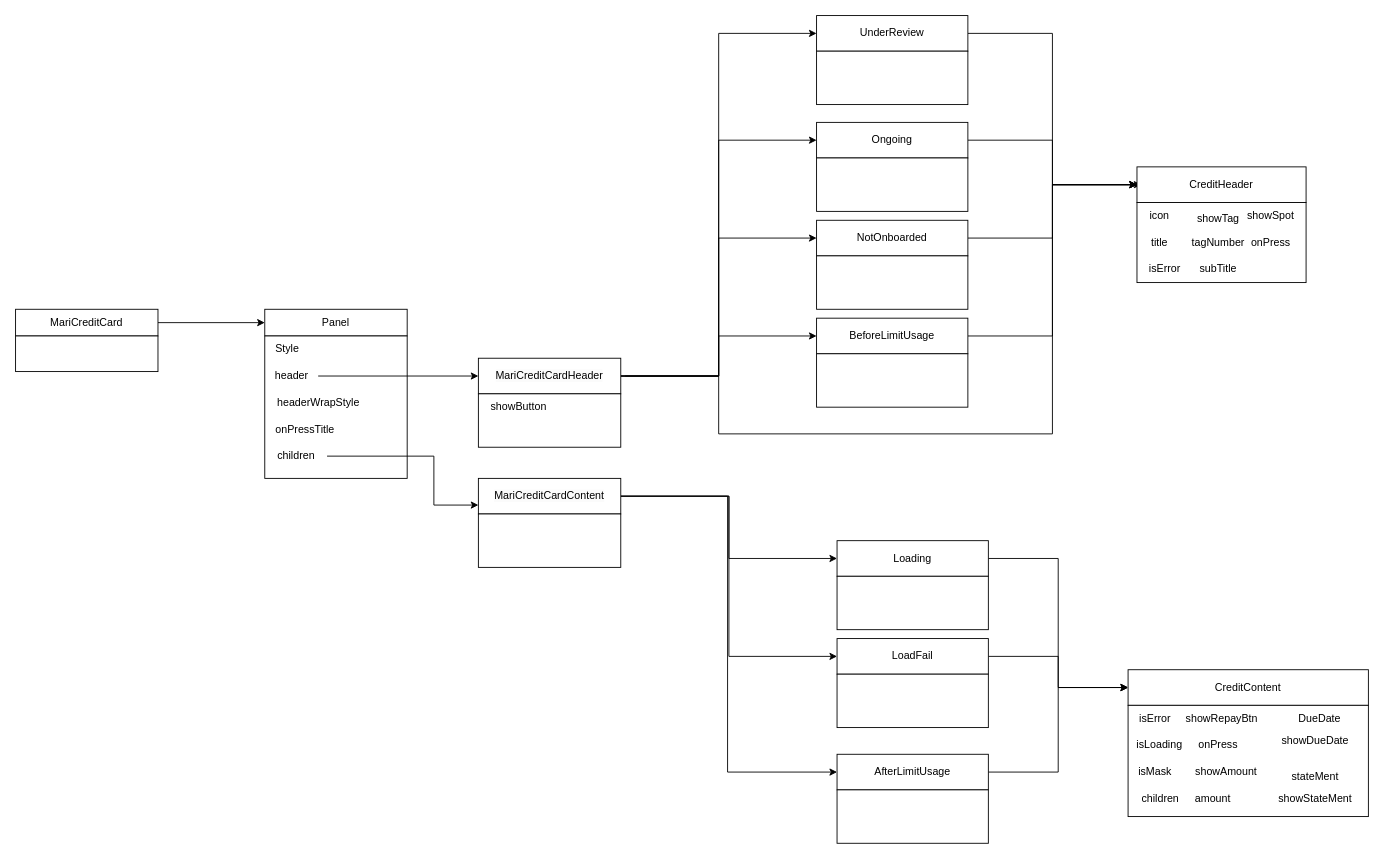
Earlier version of the draw.io diagram page "home page" (3 of 3) of retail-home-credit-use-case.drawio (RexYao97/sfrex). Source tidied: cells renumbered, new cells numbered last; positions are measured from the earlier drawing's top-left corner, leaving out a move shared by most shapes. Both pictures are drawn from the tidied source at 89%, with x=0, y=0 at pixel (15, 15).
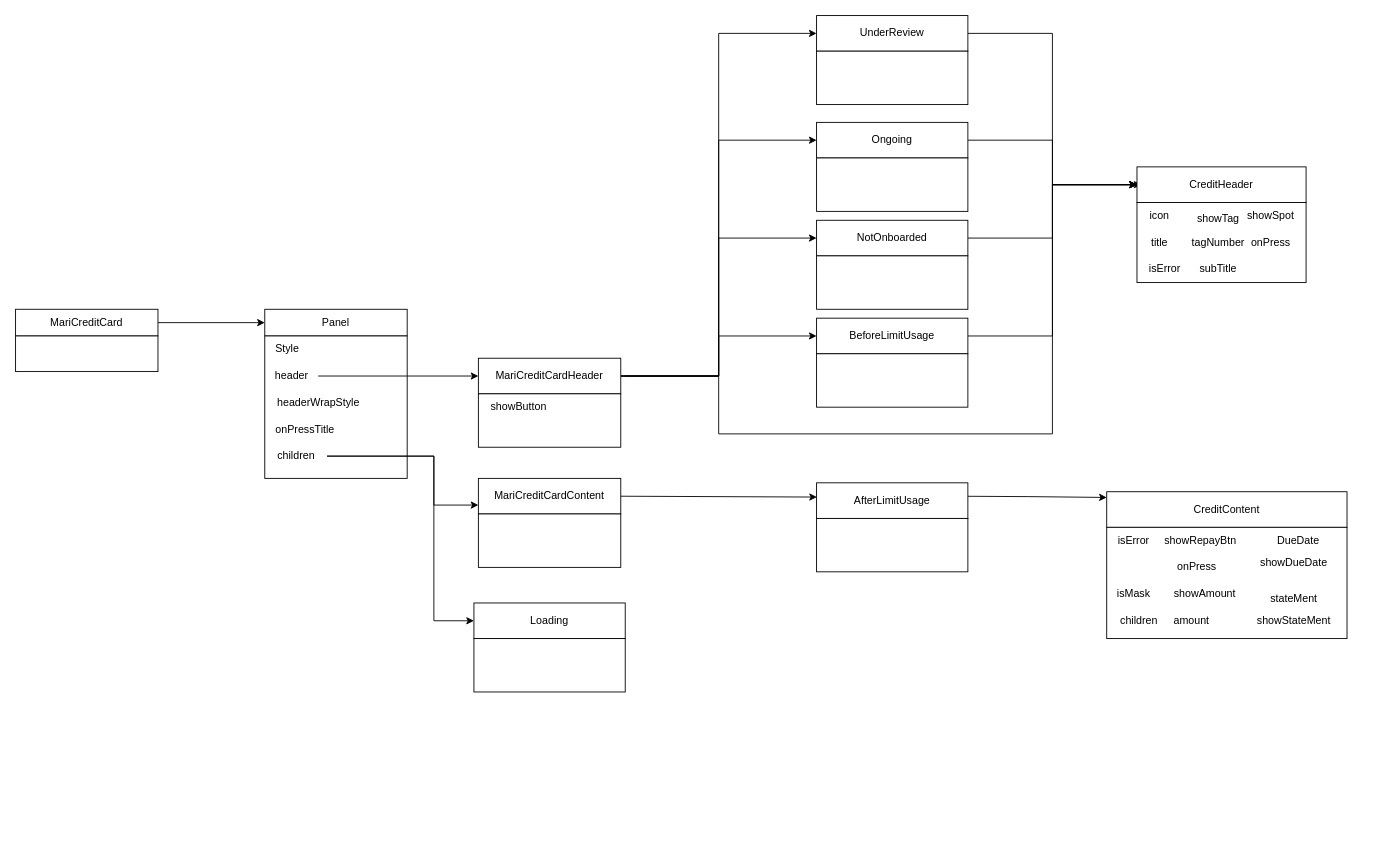
The same page after the edit.

Unchanged cells that the change refers to:
```xml
<mxCell id="13" value="children" style="text;html=1;align=center;verticalAlign=middle;points=[];strokeColor=none;fillColor=none;" parent="6" vertex="1">
  <mxGeometry y="150" width="70" height="30" as="geometry" />
</mxCell>
<mxCell id="26" value="&lt;span style=&quot;color: rgb(0, 0, 0); font-family: Helvetica; font-size: 12px; font-style: normal; font-variant-ligatures: normal; font-variant-caps: normal; font-weight: 400; letter-spacing: normal; orphans: 2; text-align: center; text-indent: 0px; text-transform: none; widows: 2; word-spacing: 0px; -webkit-text-stroke-width: 0px; background-color: rgb(251, 251, 251); text-decoration-thickness: initial; text-decoration-style: initial; text-decoration-color: initial; float: none; display: inline !important;&quot;&gt;MariCreditCardContent&lt;/span&gt;" style="rounded=0;whiteSpace=wrap;html=1;" parent="1" vertex="1">
  <mxGeometry x="520" y="520" width="160" height="40" as="geometry" />
</mxCell>
```

What changed in the source:
```diff
@@
-    <mxCell id="23" style="edgeStyle=orthogonalEdgeStyle;rounded=0;jettySize=auto;html=1;entryX=0;entryY=0.5;entryDx=0;entryDy=0;" parent="1" edge="1" source="26" target="45">
+    <mxCell id="23" style="edgeStyle=orthogonalEdgeStyle;rounded=0;jettySize=auto;html=1;entryX=0.002;entryY=0.4;entryDx=0;entryDy=0;entryPerimeter=0;" parent="1" edge="1" target="45">
       <mxGeometry relative="1" as="geometry">
+        <mxPoint x="670" y="535" as="sourcePoint" />
         <Array as="points">
-          <mxPoint x="800" y="540" />
-          <mxPoint x="800" y="850" />
+          <mxPoint x="670" y="540" />
+          <mxPoint x="900" y="540" />
         </Array>
       </mxGeometry>
     </mxCell>
-    <mxCell id="24" style="edgeStyle=orthogonalEdgeStyle;rounded=0;jettySize=auto;html=1;entryX=0;entryY=0.5;entryDx=0;entryDy=0;" parent="1" edge="1" source="26" target="33">
-      <mxGeometry relative="1" as="geometry" />
+    <mxCell id="24" style="edgeStyle=orthogonalEdgeStyle;rounded=0;jettySize=auto;html=1;entryX=0;entryY=0.5;entryDx=0;entryDy=0;" parent="1" edge="1" source="13" target="33">
+      <mxGeometry relative="1" as="geometry">
+        <Array as="points">
+          <mxPoint x="470" y="495" />
+          <mxPoint x="470" y="680" />
+        </Array>
+      </mxGeometry>
     </mxCell>
-    <mxCell id="25" style="edgeStyle=orthogonalEdgeStyle;rounded=0;jettySize=auto;html=1;entryX=0;entryY=0.5;entryDx=0;entryDy=0;" parent="1" edge="1" source="26" target="36">
-      <mxGeometry relative="1" as="geometry" />
-    </mxCell>
@@
-    <mxCell id="32" style="edgeStyle=orthogonalEdgeStyle;rounded=0;jettySize=auto;html=1;entryX=0;entryY=0.5;entryDx=0;entryDy=0;" parent="1" edge="1" source="33" target="58">
-      <mxGeometry relative="1" as="geometry" />
-    </mxCell>
     <mxCell id="33" value="Loading" style="rounded=0;whiteSpace=wrap;html=1;" parent="1" vertex="1">
-      <mxGeometry x="923" y="590" width="170" height="40" as="geometry" />
+      <mxGeometry x="515" y="660" width="170" height="40" as="geometry" />
     </mxCell>
     <mxCell id="34" style="rounded=0;whiteSpace=wrap;html=1;" parent="1" vertex="1">
-      <mxGeometry x="923" y="630" width="170" height="60" as="geometry" />
+      <mxGeometry x="515" y="700" width="170" height="60" as="geometry" />
     </mxCell>
-    <mxCell id="35" style="edgeStyle=orthogonalEdgeStyle;rounded=0;jettySize=auto;html=1;entryX=0;entryY=0.5;entryDx=0;entryDy=0;" parent="1" edge="1" source="36" target="58">
-      <mxGeometry relative="1" as="geometry" />
-    </mxCell>
-    <mxCell id="36" value="LoadFail" style="rounded=0;whiteSpace=wrap;html=1;" parent="1" vertex="1">
-      <mxGeometry x="923" y="700" width="170" height="40" as="geometry" />
-    </mxCell>
-    <mxCell id="37" style="rounded=0;whiteSpace=wrap;html=1;" parent="1" vertex="1">
-      <mxGeometry x="923" y="740" width="170" height="60" as="geometry" />
-    </mxCell>
@@
-    <mxCell id="44" style="edgeStyle=orthogonalEdgeStyle;rounded=0;jettySize=auto;html=1;entryX=0;entryY=0.5;entryDx=0;entryDy=0;" parent="1" edge="1" source="45" target="58">
-      <mxGeometry relative="1" as="geometry" />
+    <mxCell id="44" style="edgeStyle=orthogonalEdgeStyle;rounded=0;jettySize=auto;html=1;entryX=0;entryY=0.161;entryDx=0;entryDy=0;entryPerimeter=0;" parent="1" edge="1" target="58">
+      <mxGeometry relative="1" as="geometry">
+        <mxPoint x="1050" y="540" as="sourcePoint" />
+      </mxGeometry>
     </mxCell>
     <mxCell id="45" value="AfterLimitUsage" style="rounded=0;whiteSpace=wrap;html=1;" parent="1" vertex="1">
-      <mxGeometry x="923" y="830" width="170" height="40" as="geometry" />
+      <mxGeometry x="900" y="525" width="170" height="40" as="geometry" />
     </mxCell>
     <mxCell id="46" style="rounded=0;whiteSpace=wrap;html=1;" parent="1" vertex="1">
-      <mxGeometry x="923" y="870" width="170" height="60" as="geometry" />
+      <mxGeometry x="900" y="565" width="170" height="60" as="geometry" />
     </mxCell>
@@
     <mxCell id="58" value="CreditContent" style="rounded=0;whiteSpace=wrap;html=1;" parent="1" vertex="1">
-      <mxGeometry x="1250" y="735" width="270" height="40" as="geometry" />
+      <mxGeometry x="1226" y="535" width="270" height="40" as="geometry" />
     </mxCell>
     <mxCell id="59" style="rounded=0;whiteSpace=wrap;html=1;" parent="1" vertex="1">
-      <mxGeometry x="1250" y="775" width="270" height="125" as="geometry" />
+      <mxGeometry x="1226" y="575" width="270" height="125" as="geometry" />
     </mxCell>
     <mxCell id="60" value="isError" style="text;html=1;align=center;verticalAlign=middle;strokeColor=none;fillColor=none;" parent="1" vertex="1">
-      <mxGeometry x="1250" y="775" width="60" height="30" as="geometry" />
+      <mxGeometry x="1226" y="575" width="60" height="30" as="geometry" />
     </mxCell>
@@
-    <mxCell id="63" value="isLoading" style="text;html=1;align=center;verticalAlign=middle;strokeColor=none;fillColor=none;" parent="1" vertex="1">
-      <mxGeometry x="1250" y="805" width="70" height="30" as="geometry" />
-    </mxCell>
     <mxCell id="64" value="showRepayBtn" style="text;html=1;align=center;verticalAlign=middle;strokeColor=none;fillColor=none;" parent="1" vertex="1">
-      <mxGeometry x="1305" y="775" width="100" height="30" as="geometry" />
+      <mxGeometry x="1281" y="575" width="100" height="30" as="geometry" />
     </mxCell>
     <mxCell id="65" value="onPress" style="text;html=1;align=center;verticalAlign=middle;strokeColor=none;fillColor=none;" parent="1" vertex="1">
-      <mxGeometry x="1316" y="805" width="70" height="30" as="geometry" />
+      <mxGeometry x="1292" y="605" width="70" height="30" as="geometry" />
     </mxCell>
     <mxCell id="66" value="isMask" style="text;html=1;align=center;verticalAlign=middle;strokeColor=none;fillColor=none;" parent="1" vertex="1">
-      <mxGeometry x="1250" y="835" width="60" height="30" as="geometry" />
+      <mxGeometry x="1226" y="635" width="60" height="30" as="geometry" />
     </mxCell>
     <mxCell id="67" value="showAmount" style="text;html=1;align=center;verticalAlign=middle;strokeColor=none;fillColor=none;" parent="1" vertex="1">
-      <mxGeometry x="1315" y="835" width="90" height="30" as="geometry" />
+      <mxGeometry x="1291" y="635" width="90" height="30" as="geometry" />
     </mxCell>
     <mxCell id="68" value="amount" style="text;html=1;align=center;verticalAlign=middle;strokeColor=none;fillColor=none;" parent="1" vertex="1">
-      <mxGeometry x="1315" y="865" width="60" height="30" as="geometry" />
+      <mxGeometry x="1291" y="665" width="60" height="30" as="geometry" />
     </mxCell>
     <mxCell id="69" value="DueDate" style="text;html=1;align=center;verticalAlign=middle;strokeColor=none;fillColor=none;" parent="1" vertex="1">
-      <mxGeometry x="1430" y="775" width="70" height="30" as="geometry" />
+      <mxGeometry x="1406" y="575" width="70" height="30" as="geometry" />
     </mxCell>
     <mxCell id="70" value="showDueDate" style="text;html=1;align=center;verticalAlign=middle;strokeColor=none;fillColor=none;" parent="1" vertex="1">
-      <mxGeometry x="1410" y="800" width="100" height="30" as="geometry" />
+      <mxGeometry x="1386" y="600" width="100" height="30" as="geometry" />
     </mxCell>
     <mxCell id="71" value="showStateMent" style="text;html=1;align=center;verticalAlign=middle;strokeColor=none;fillColor=none;" parent="1" vertex="1">
-      <mxGeometry x="1405" y="865" width="110" height="30" as="geometry" />
+      <mxGeometry x="1381" y="665" width="110" height="30" as="geometry" />
     </mxCell>
     <mxCell id="72" value="stateMent" style="text;html=1;align=center;verticalAlign=middle;strokeColor=none;fillColor=none;" parent="1" vertex="1">
-      <mxGeometry x="1420" y="840" width="80" height="30" as="geometry" />
+      <mxGeometry x="1396" y="640" width="80" height="30" as="geometry" />
     </mxCell>
     <mxCell id="73" value="children" style="text;html=1;align=center;verticalAlign=middle;strokeColor=none;fillColor=none;" parent="1" vertex="1">
-      <mxGeometry x="1251" y="865" width="70" height="30" as="geometry" />
+      <mxGeometry x="1227" y="665" width="70" height="30" as="geometry" />
     </mxCell>
```
